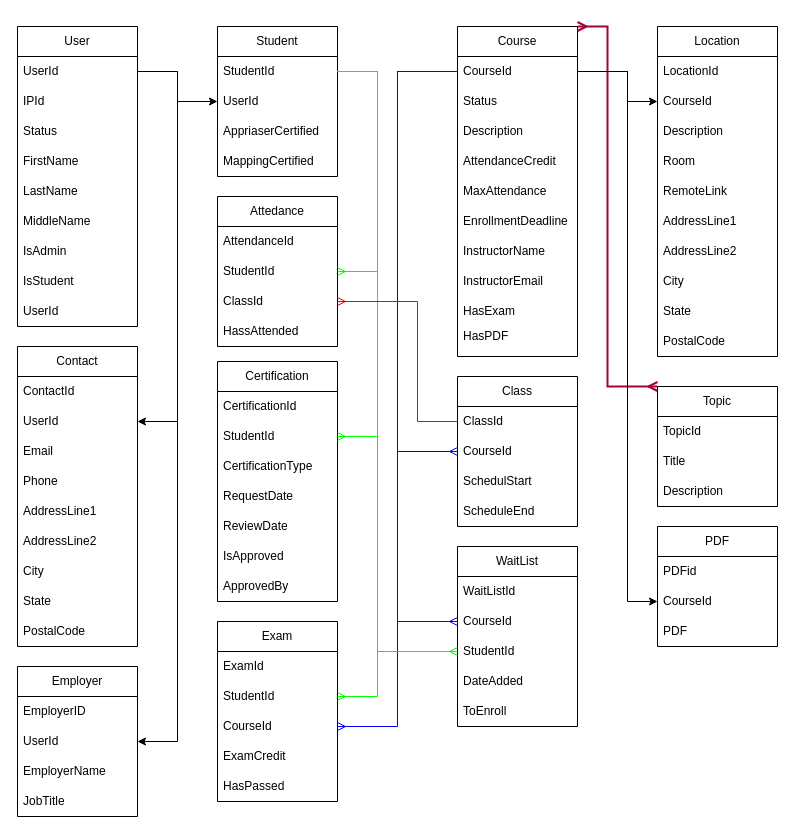
ArthurEOrtiz/ISTC-Education keeps this draw.io diagram as notes/Data_Model_Diagram_01.drawio. Above is the earlier version. Source tidied: cells renumbered, new cells numbered last; positions are measured from the earlier drawing's top-left corner, leaving out a move shared by most shapes. Both pictures are drawn from the tidied source at 100%, with x=0, y=0 at pixel (17, 26).
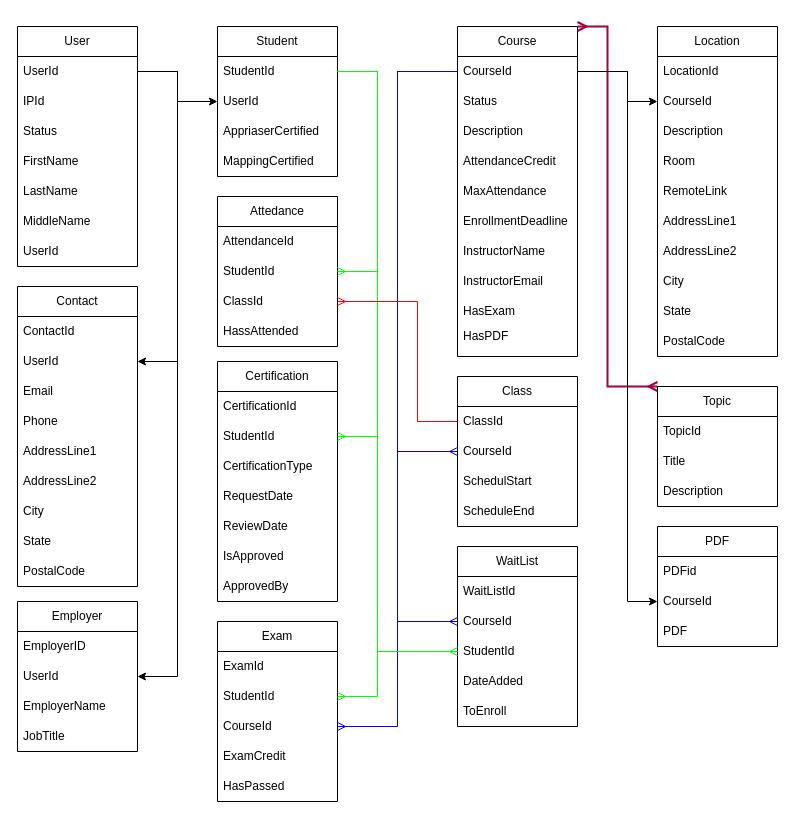
The same page after the edit.

The change refers to these unchanged cells:
```xml
<mxCell id="3" value="UserId" style="text;strokeColor=none;fillColor=none;align=left;verticalAlign=middle;spacingLeft=4;spacingRight=4;overflow=hidden;points=[[0,0.5],[1,0.5]];portConstraint=eastwest;whiteSpace=wrap;html=1;" parent="2" vertex="1">
  <mxGeometry y="30" width="120" height="30" as="geometry" />
</mxCell>
<mxCell id="14" value="UserId" style="text;strokeColor=none;fillColor=none;align=left;verticalAlign=middle;spacingLeft=4;spacingRight=4;overflow=hidden;points=[[0,0.5],[1,0.5]];portConstraint=eastwest;whiteSpace=wrap;html=1;" parent="12" vertex="1">
  <mxGeometry y="60" width="120" height="30" as="geometry" />
</mxCell>
<mxCell id="96" value="UserId" style="text;strokeColor=none;fillColor=none;align=left;verticalAlign=middle;spacingLeft=4;spacingRight=4;overflow=hidden;points=[[0,0.5],[1,0.5]];portConstraint=eastwest;whiteSpace=wrap;html=1;" parent="94" vertex="1">
  <mxGeometry y="60" width="120" height="30" as="geometry" />
</mxCell>
```

The edit, as a diff of the source:
```diff
@@
     <mxCell id="2" value="User" style="swimlane;fontStyle=0;horizontal=1;startSize=30;whiteSpace=wrap;html=1;" parent="1" vertex="1">
-      <mxGeometry width="120" height="300" as="geometry" />
+      <mxGeometry width="120" height="240" as="geometry" />
     </mxCell>
@@
-    <mxCell id="9" value="IsAdmin" style="text;strokeColor=none;fillColor=none;align=left;verticalAlign=middle;spacingLeft=4;spacingRight=4;overflow=hidden;whiteSpace=wrap;html=1;" parent="2" vertex="1">
-      <mxGeometry y="210" width="120" height="30" as="geometry" />
-    </mxCell>
-    <mxCell id="10" value="IsStudent" style="text;strokeColor=none;fillColor=none;align=left;verticalAlign=middle;spacingLeft=4;spacingRight=4;overflow=hidden;whiteSpace=wrap;html=1;" parent="2" vertex="1">
-      <mxGeometry y="240" width="120" height="30" as="geometry" />
-    </mxCell>
     <mxCell id="11" value="UserId" style="text;strokeColor=none;fillColor=none;align=left;verticalAlign=middle;spacingLeft=4;spacingRight=4;overflow=hidden;whiteSpace=wrap;html=1;" parent="2" vertex="1">
-      <mxGeometry y="270" width="120" height="30" as="geometry" />
+      <mxGeometry y="210" width="120" height="30" as="geometry" />
     </mxCell>
     <mxCell id="12" value="Contact" style="swimlane;fontStyle=0;horizontal=1;startSize=30;whiteSpace=wrap;html=1;" parent="1" vertex="1">
-      <mxGeometry y="320" width="120" height="300" as="geometry" />
+      <mxGeometry y="260" width="120" height="300" as="geometry" />
     </mxCell>
@@
     <mxCell id="22" style="edgeStyle=orthogonalEdgeStyle;rounded=0;jettySize=auto;html=1;exitX=1;exitY=0.5;exitDx=0;exitDy=0;entryX=1;entryY=0.5;entryDx=0;entryDy=0;" parent="1" edge="1" source="3" target="14">
       <mxGeometry relative="1" as="geometry">
         <Array as="points">
           <mxPoint x="160" y="45" />
-          <mxPoint x="160" y="395" />
+          <mxPoint x="160" y="335" />
         </Array>
       </mxGeometry>
     </mxCell>
@@
     <mxCell id="94" value="Employer" style="swimlane;fontStyle=0;horizontal=1;startSize=30;whiteSpace=wrap;html=1;" parent="1" vertex="1">
-      <mxGeometry y="640" width="120" height="150" as="geometry" />
+      <mxGeometry y="575" width="120" height="150" as="geometry" />
     </mxCell>
@@
     <mxCell id="99" style="edgeStyle=orthogonalEdgeStyle;rounded=0;jettySize=auto;html=1;exitX=1;exitY=0.5;exitDx=0;exitDy=0;entryX=1;entryY=0.5;entryDx=0;entryDy=0;" parent="1" edge="1" source="3" target="96">
       <mxGeometry relative="1" as="geometry">
         <Array as="points">
           <mxPoint x="160" y="45" />
-          <mxPoint x="160" y="715" />
+          <mxPoint x="160" y="650" />
         </Array>
       </mxGeometry>
     </mxCell>
```
